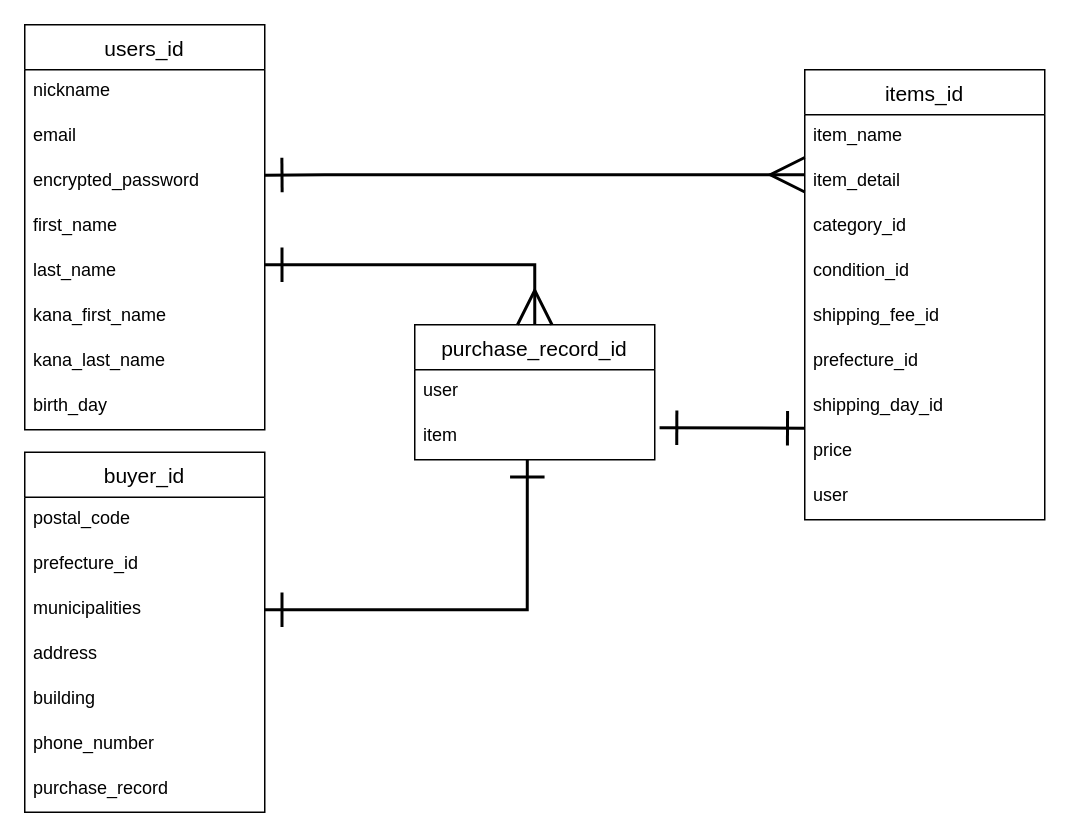
The draw.io diagram er.dio in daicheez/furima-37244, before the edit. Source tidied: cells renumbered, new cells numbered last; positions are measured from the earlier drawing's top-left corner, leaving out a move shared by most shapes. Both pictures are drawn from the tidied source at 150%, with x=0, y=0 at pixel (24, 24).
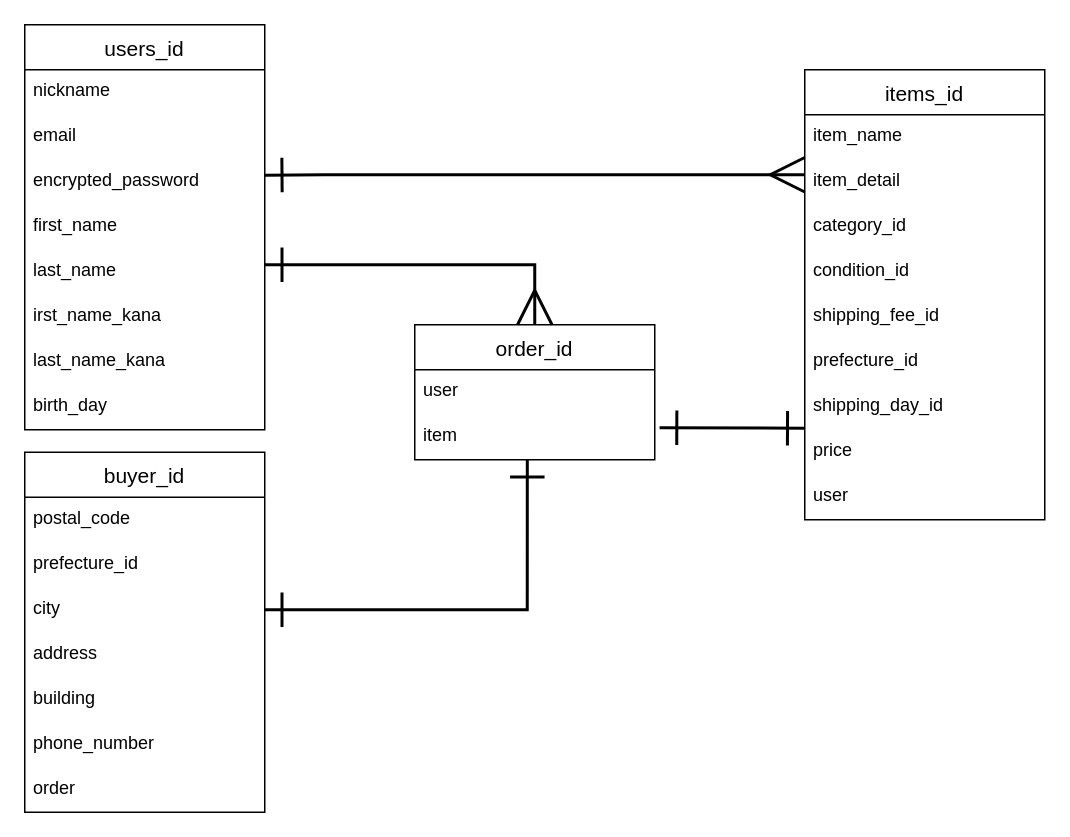
The same page after the edit.

Unchanged cells that the change refers to:
```xml
<mxCell id="2" value="users_id" style="swimlane;fontStyle=0;horizontal=1;startSize=30;align=center;fontSize=14;fillColor=none;" parent="1" vertex="1">
  <mxGeometry width="160" height="270" as="geometry" />
</mxCell>
<mxCell id="24" value="buyer_id" style="swimlane;fontStyle=0;horizontal=1;startSize=30;align=center;fontSize=14;fillColor=none;" parent="1" vertex="1">
  <mxGeometry y="285" width="160" height="240" as="geometry" />
</mxCell>
```

The edit, as a diff of the source:
```diff
@@
-    <mxCell id="8" value="kana_first_name" style="text;spacingLeft=4;spacingRight=4;overflow=hidden;fontSize=12;fillColor=none;" parent="2" vertex="1">
+    <mxCell id="8" value="irst_name_kana" style="text;spacingLeft=4;spacingRight=4;overflow=hidden;fontSize=12;fillColor=none;" parent="2" vertex="1">
       <mxGeometry y="180" width="160" height="30" as="geometry" />
     </mxCell>
-    <mxCell id="9" value="kana_last_name" style="text;spacingLeft=4;spacingRight=4;overflow=hidden;fontSize=12;fillColor=none;" parent="2" vertex="1">
+    <mxCell id="9" value="last_name_kana" style="text;spacingLeft=4;spacingRight=4;overflow=hidden;fontSize=12;fillColor=none;" parent="2" vertex="1">
       <mxGeometry y="210" width="160" height="30" as="geometry" />
     </mxCell>
@@
-    <mxCell id="21" value="purchase_record_id" style="swimlane;fontStyle=0;horizontal=1;startSize=30;align=center;fontSize=14;fillColor=none;" parent="1" vertex="1">
+    <mxCell id="21" value="order_id" style="swimlane;fontStyle=0;horizontal=1;startSize=30;align=center;fontSize=14;fillColor=none;" parent="1" vertex="1">
       <mxGeometry x="260" y="200" width="160" height="90" as="geometry" />
     </mxCell>
@@
-    <mxCell id="27" value="municipalities" style="text;spacingLeft=4;spacingRight=4;overflow=hidden;fontSize=12;fillColor=none;" parent="24" vertex="1">
+    <mxCell id="27" value="city" style="text;spacingLeft=4;spacingRight=4;overflow=hidden;fontSize=12;fillColor=none;" parent="24" vertex="1">
       <mxGeometry y="90" width="160" height="30" as="geometry" />
     </mxCell>
@@
-    <mxCell id="31" value="purchase_record" style="text;spacingLeft=4;spacingRight=4;overflow=hidden;fontSize=12;fillColor=none;" parent="24" vertex="1">
+    <mxCell id="31" value="order" style="text;spacingLeft=4;spacingRight=4;overflow=hidden;fontSize=12;fillColor=none;" parent="24" vertex="1">
       <mxGeometry y="210" width="160" height="30" as="geometry" />
     </mxCell>
```
